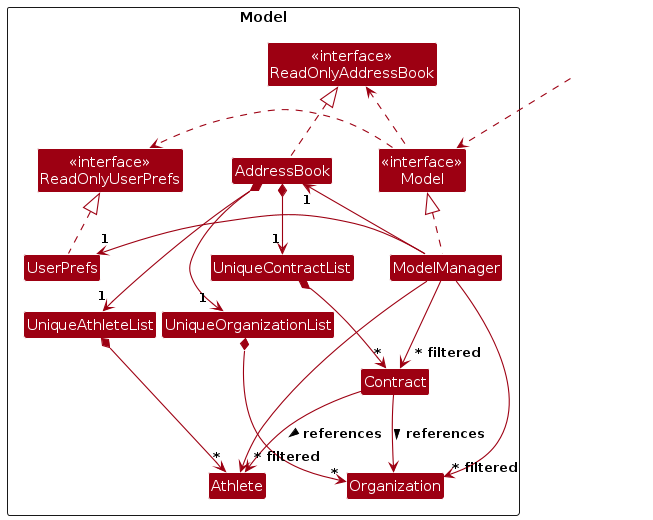
The PlantUML diagram diagrams/ModelClassDiagram.png in AY2526S1-CS2103T-F13-3/tp, before a commit. Its source is kept beside it as diagrams/ModelClassDiagram.puml.
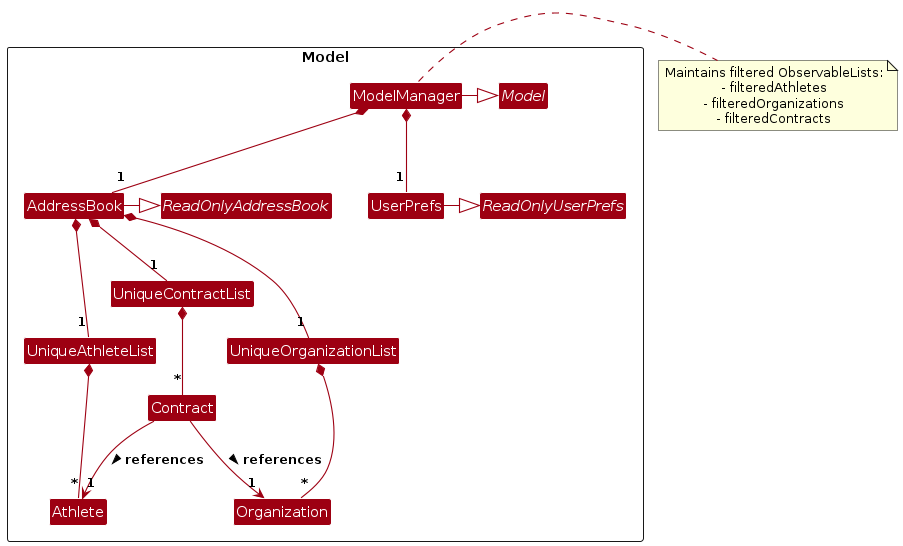
The same diagram one commit later.

The edit, as a diff of the source:
```diff
@@ -5,51 +5,47 @@
 skinparam classBackgroundColor MODEL_COLOR
 
 package Model as ModelPackage <<Rectangle>> {
-    Class "<<interface>>\nReadOnlyAddressBook" as ReadOnlyAddressBook
-    Class "<<interface>>\nReadOnlyUserPrefs" as ReadOnlyUserPrefs
-    Class "<<interface>>\nModel" as Model
-    Class AddressBook
-    Class ModelManager
-    Class UserPrefs
 
-    Class UniqueAthleteList
-    Class UniqueOrganizationList
-    Class UniqueContractList
+    interface ReadOnlyAddressBook
+    interface ReadOnlyUserPrefs
+    interface Model
 
-    Class Athlete
-    Class Organization
-    Class Contract
+    class ModelManager
+    class AddressBook
+    class UserPrefs
+
+    class UniqueAthleteList
+    class UniqueOrganizationList
+    class UniqueContractList
+
+    class Athlete
+    class Organization
+    class Contract
 }
 
-Class HiddenOutside #FFFFFF
-HiddenOutside ..> Model
+AddressBook -|> ReadOnlyAddressBook
+UserPrefs -|> ReadOnlyUserPrefs
+ModelManager -|> Model
 
-AddressBook .up.|> ReadOnlyAddressBook
-UserPrefs .up.|> ReadOnlyUserPrefs
-ModelManager .up.|> Model
+ModelManager *-- "1" AddressBook
+ModelManager *-- "1" UserPrefs
 
-Model .left.> ReadOnlyAddressBook
-Model .right.> ReadOnlyUserPrefs
+AddressBook *-- "1" UniqueAthleteList
+AddressBook *-- "1" UniqueOrganizationList
+AddressBook *-- "1" UniqueContractList
 
-ModelManager -left-> "1" AddressBook
-ModelManager -right-> "1" UserPrefs
+UniqueAthleteList *-- "*" Athlete
+UniqueOrganizationList *-- "*" Organization
+UniqueContractList *-- "*" Contract
 
-AddressBook *--> "1" UniqueAthleteList
-AddressBook *--> "1" UniqueOrganizationList
-AddressBook *--> "1" UniqueContractList
+Contract --> "1" Athlete : references >
+Contract --> "1" Organization : references >
 
-UniqueAthleteList *--> "*" Athlete
-UniqueOrganizationList *--> "*" Organization
-UniqueContractList *--> "*" Contract
-
-Contract --> Athlete : references >
-Contract --> Organization : references >
-
-ModelManager --> "~* filtered" Athlete
-ModelManager --> "~* filtered" Organization
-ModelManager --> "~* filtered" Contract
-
-Athlete -[hidden]right-> Organization
-Organization -[hidden]right-> Contract
+note right of ModelManager
+  Maintains filtered ObservableLists:
+  - filteredAthletes
+  - filteredOrganizations
+  - filteredContracts
+end note
 
 @enduml
```
